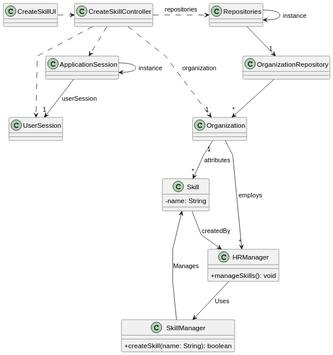
This is docs/sprint2/us001/03.design/svg/us001-class-diagram.svg from tiagosoa/lei-24-s2-1dgh-g073, a PlantUML export, as it was before one commit. Its diagram source:
```plantuml
@startuml
skinparam packageStyle rectangle
skinparam shadowing false
skinparam linetype polyline

skinparam classAttributeIconSize 0


class Skill {
    - name: String
}

class SkillManager {
    + createSkill(name: String): boolean
}

class HRManager {
    + manageSkills(): void
}

SkillManager --> Skill: Manages
HRManager --> SkillManager: Uses


Repositories -> Repositories : instance
ApplicationSession -> ApplicationSession : instance

CreateSkillUI .> CreateSkillController

CreateSkillController .> Repositories : repositories

Repositories --> "1" OrganizationRepository

OrganizationRepository --> "*" Organization
ApplicationSession --> "1" UserSession : userSession

CreateSkillController ..> "1" Organization : organization
CreateSkillController ..> ApplicationSession
CreateSkillController ..> UserSession
Organization "1" --> "*" Skill : attributes
Skill --> HRManager : createdBy

Organization --> "*" HRManager : employs
@enduml
```
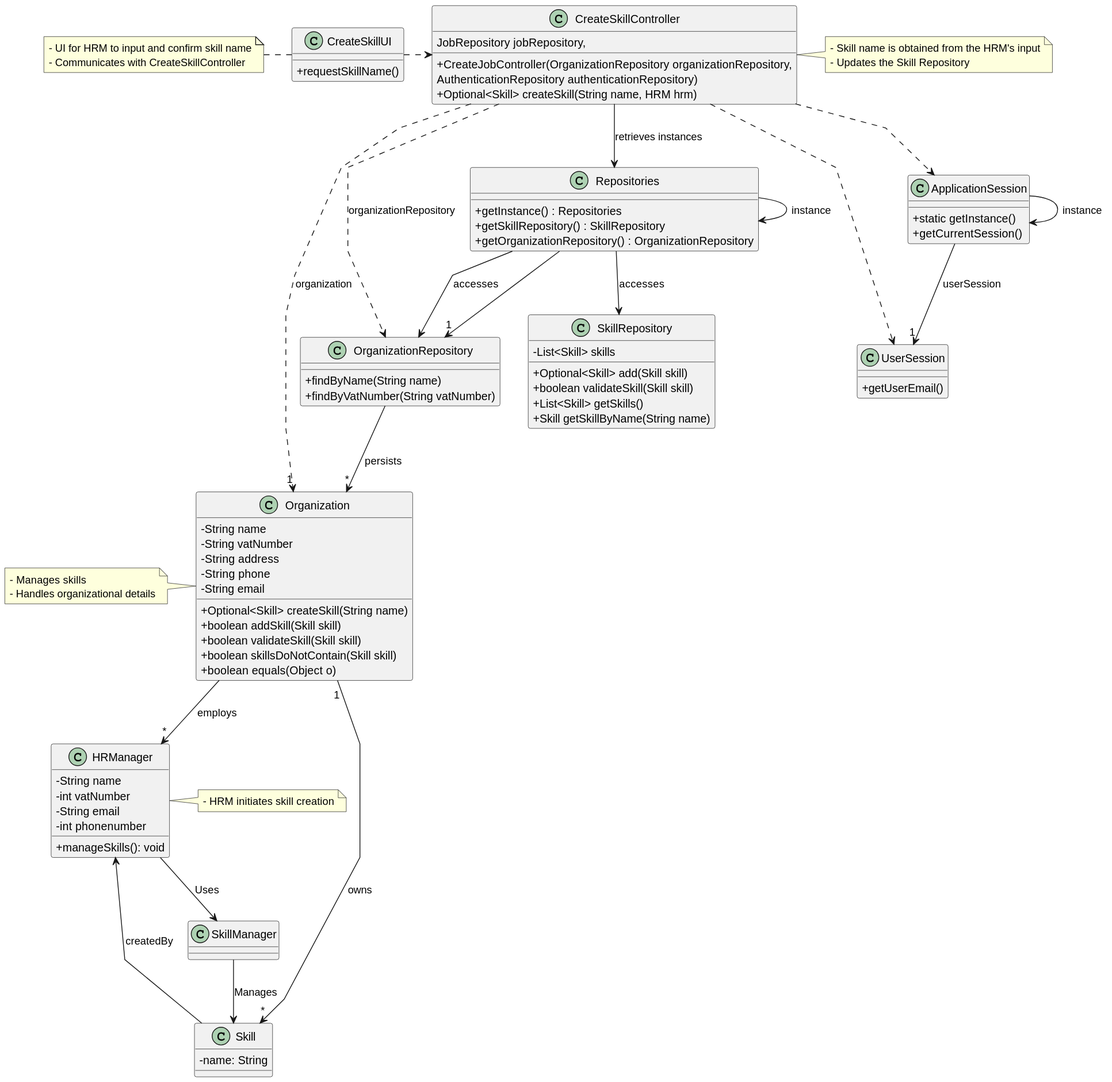
After the change.

Diff of the diagram source:
```diff
@@ -6,38 +6,115 @@
 skinparam classAttributeIconSize 0
 
 
+class ApplicationSession
+{
+    + static getInstance()
+    + getCurrentSession()
+}
+
+class UserSession
+{
+    + getUserEmail()
+}
+
 class Skill {
     - name: String
 }
 
-class SkillManager {
-    + createSkill(name: String): boolean
+class SkillRepository {
+  - List<Skill> skills
+  + Optional<Skill> add(Skill skill)
+  + boolean validateSkill(Skill skill)
+  + List<Skill> getSkills()
+  + Skill getSkillByName(String name)
+}
+
+class Organization {
+  - String name
+  - String vatNumber
+  - String address
+  - String phone
+  - String email
+  + Optional<Skill> createSkill(String name)
+  + boolean addSkill(Skill skill)
+  + boolean validateSkill(Skill skill)
+  + boolean skillsDoNotContain(Skill skill)
+  + boolean equals(Object o)
+}
+
+class OrganizationRepository {
+  + findByName(String name)
+  + findByVatNumber(String vatNumber)
+}
+
+class Repositories {
+  + getInstance() : Repositories
+  + getSkillRepository() : SkillRepository
+  + getOrganizationRepository() : OrganizationRepository
+}
+
+class CreateSkillController {
+  + CreateJobController(OrganizationRepository organizationRepository,
+                                   JobRepository jobRepository,
+                                   AuthenticationRepository authenticationRepository)
+  + Optional<Skill> createSkill(String name, HRM hrm)
+}
+
+class CreateSkillUI {
+  + requestSkillName()
 }
 
 class HRManager {
+   - String name
+   - int vatNumber
+   - String email
+   - int phonenumber
     + manageSkills(): void
 }
 
 SkillManager --> Skill: Manages
 HRManager --> SkillManager: Uses
 
+note right of CreateSkillController
+  - Skill name is obtained from the HRM's input
+  - Updates the Skill Repository
+end note
+
+note right of HRManager
+  - HRM initiates skill creation
+end note
+
+note left of CreateSkillUI
+  - UI for HRM to input and confirm skill name
+  - Communicates with CreateSkillController
+end note
+
+note left of Organization
+  - Manages skills
+  - Handles organizational details
+end note
 
 Repositories -> Repositories : instance
 ApplicationSession -> ApplicationSession : instance
 
 CreateSkillUI .> CreateSkillController
 
-CreateSkillController .> Repositories : repositories
+CreateSkillController -down-> Repositories : retrieves instances
+
+Repositories -down-> SkillRepository : accesses
+Repositories -down-> OrganizationRepository : accesses
+
+CreateSkillController ..> OrganizationRepository : organizationRepository
 
 Repositories --> "1" OrganizationRepository
 
-OrganizationRepository --> "*" Organization
+OrganizationRepository --> "*" Organization : persists
 ApplicationSession --> "1" UserSession : userSession
 
 CreateSkillController ..> "1" Organization : organization
 CreateSkillController ..> ApplicationSession
 CreateSkillController ..> UserSession
-Organization "1" --> "*" Skill : attributes
+Organization "1" --> "*" Skill : owns
 Skill --> HRManager : createdBy
 
 Organization --> "*" HRManager : employs
```
